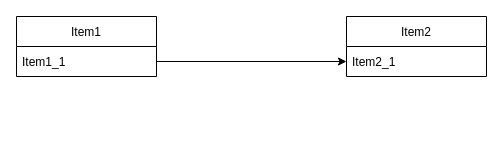
Earlier version of the draw.io diagram scrap_work.drawio (GoreNetwork/draw.io-nautobot-work). Source tidied: cells renumbered, new cells numbered last; positions are measured from the earlier drawing's top-left corner, leaving out a move shared by most shapes. Both pictures are drawn from the tidied source at 100%, with x=0, y=0 at pixel (16, 16).
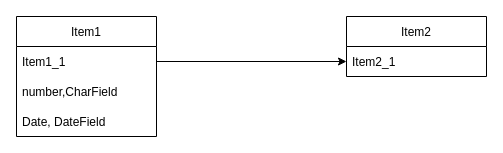
Above is the later version.

What changed in the source:
```diff
@@
 <mxGraphModel>
   <root>
     <mxCell id="0" />
     <mxCell id="1" parent="0" />
     <mxCell id="2" value="Item1" style="swimlane;fontStyle=0;horizontal=1;startSize=30;" parent="1" vertex="1">
-      <mxGeometry width="140" height="60" as="geometry" />
+      <mxGeometry width="140" height="120" as="geometry" />
     </mxCell>
     <mxCell id="3" value="Item1_1" style="text;strokeColor=none;fillColor=none;align=left;verticalAlign=middle;spacingLeft=4;spacingRight=4;overflow=hidden;points=[[0,0.5],[1,0.5]];portConstraint=eastwest;" parent="2" vertex="1">
       <mxGeometry y="30" width="140" height="30" as="geometry" />
     </mxCell>
+    <mxCell id="7" value="number,CharField" style="text;strokeColor=none;fillColor=none;align=left;verticalAlign=middle;spacingLeft=4;spacingRight=4;overflow=hidden;" parent="2" vertex="1">
+      <mxGeometry y="60" width="140" height="30" as="geometry" />
+    </mxCell>
+    <mxCell id="8" value="Date, DateField" style="text;strokeColor=none;fillColor=none;align=left;verticalAlign=middle;spacingLeft=4;spacingRight=4;overflow=hidden;" parent="2" vertex="1">
+      <mxGeometry y="90" width="140" height="30" as="geometry" />
+    </mxCell>
     <mxCell id="4" value="Item2" style="swimlane;fontStyle=0;horizontal=1;startSize=30;" parent="1" vertex="1">
       <mxGeometry x="330" width="140" height="60" as="geometry" />
     </mxCell>
     <mxCell id="5" value="Item2_1" style="text;strokeColor=none;fillColor=none;align=left;verticalAlign=middle;spacingLeft=4;spacingRight=4;overflow=hidden;points=[[0,0.5],[1,0.5]];portConstraint=eastwest;" parent="4" vertex="1">
       <mxGeometry y="30" width="140" height="30" as="geometry" />
     </mxCell>
     <mxCell id="6" style="edgeStyle=orthogonalEdgeStyle;rounded=0;jettySize=auto;html=1;exitX=1;exitY=0.5;exitDx=0;exitDy=0;" parent="1" edge="1" source="3" target="5">
       <mxGeometry relative="1" as="geometry" />
     </mxCell>
   </root>
 </mxGraphModel>
```
